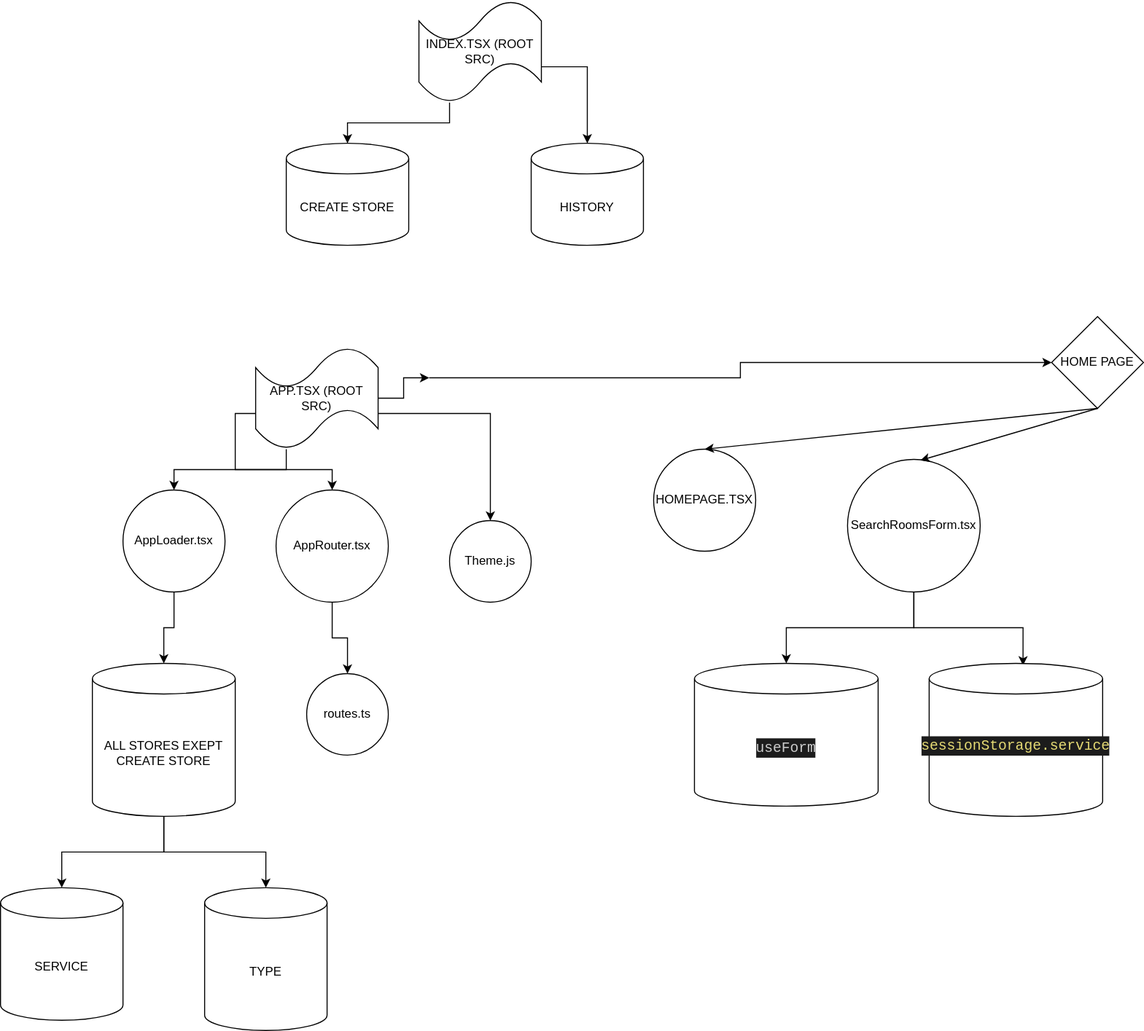
sourisooo/BOOKING-PROJET-2 keeps this draw.io diagram as HOME PAGE FLOW.drawio.svg. Above is the earlier version. Source tidied: cells renumbered, new cells last; positions are measured from the earlier drawing's top-left corner, leaving out a move shared by most shapes.
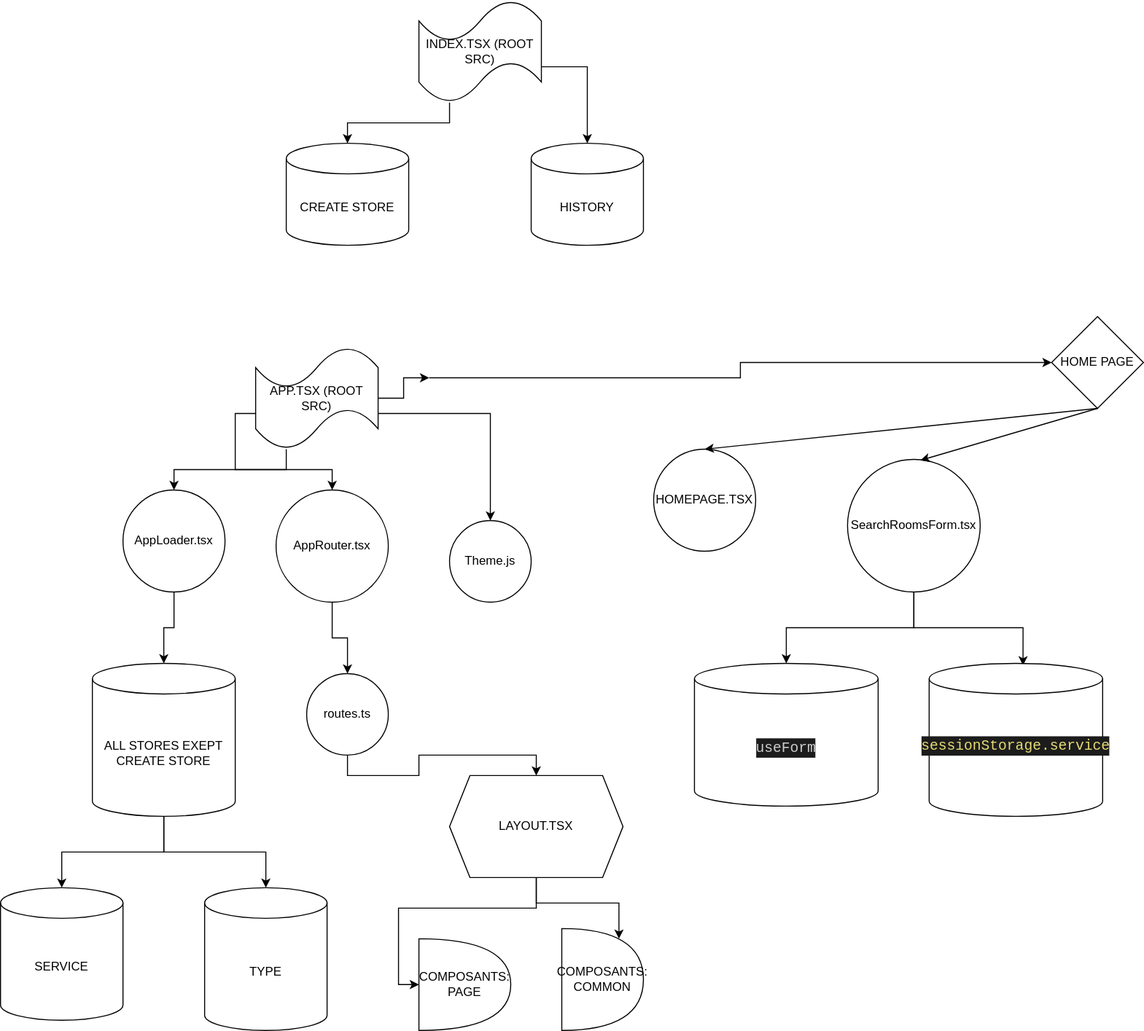
Above is the later version.

Commit message:
Mettre à jour HOME PAGE FLOW.drawio.svg

What changed in the source:
```diff
@@ -72,6 +72,9 @@
     <mxCell id="23" value="ALL STORES EXEPT CREATE STORE" style="shape=cylinder3;whiteSpace=wrap;html=1;boundedLbl=1;backgroundOutline=1;size=15;" parent="1" vertex="1">
       <mxGeometry x="90" y="650" width="140" height="150" as="geometry" />
     </mxCell>
+    <mxCell id="34" style="edgeStyle=orthogonalEdgeStyle;rounded=0;jettySize=auto;html=1;exitX=0.5;exitY=1;exitDx=0;exitDy=0;entryX=0.5;entryY=0;entryDx=0;entryDy=0;" parent="1" edge="1" source="24" target="37">
+      <mxGeometry relative="1" as="geometry" />
+    </mxCell>
     <mxCell id="24" value="routes.ts" style="ellipse;whiteSpace=wrap;html=1;" parent="1" vertex="1">
       <mxGeometry x="300" y="660" width="80" height="80" as="geometry" />
     </mxCell>
@@ -102,5 +105,20 @@
     <mxCell id="33" value="TYPE" style="shape=cylinder3;whiteSpace=wrap;html=1;boundedLbl=1;backgroundOutline=1;size=15;" parent="1" vertex="1">
       <mxGeometry x="200" y="870" width="120" height="140" as="geometry" />
     </mxCell>
+    <mxCell id="35" style="edgeStyle=orthogonalEdgeStyle;rounded=0;jettySize=auto;html=1;exitX=0.5;exitY=1;exitDx=0;exitDy=0;entryX=0;entryY=0.5;entryDx=0;entryDy=0;entryPerimeter=0;" parent="1" edge="1" source="37" target="38">
+      <mxGeometry relative="1" as="geometry" />
+    </mxCell>
+    <mxCell id="36" style="edgeStyle=orthogonalEdgeStyle;rounded=0;jettySize=auto;html=1;exitX=0.5;exitY=1;exitDx=0;exitDy=0;entryX=0.7;entryY=0.1;entryDx=0;entryDy=0;entryPerimeter=0;" parent="1" edge="1" source="37" target="39">
+      <mxGeometry relative="1" as="geometry" />
+    </mxCell>
+    <mxCell id="37" value="LAYOUT.TSX" style="shape=hexagon;perimeter=hexagonPerimeter2;whiteSpace=wrap;html=1;fixedSize=1;" parent="1" vertex="1">
+      <mxGeometry x="440" y="760" width="170" height="100" as="geometry" />
+    </mxCell>
+    <mxCell id="38" value="COMPOSANTS:&lt;br&gt;PAGE" style="shape=or;whiteSpace=wrap;html=1;" parent="1" vertex="1">
+      <mxGeometry x="410" y="920" width="90" height="90" as="geometry" />
+    </mxCell>
+    <mxCell id="39" value="COMPOSANTS:&lt;br&gt;COMMON" style="shape=or;whiteSpace=wrap;html=1;" parent="1" vertex="1">
+      <mxGeometry x="550" y="910" width="80" height="100" as="geometry" />
+    </mxCell>
   </root>
 </mxGraphModel>
```
